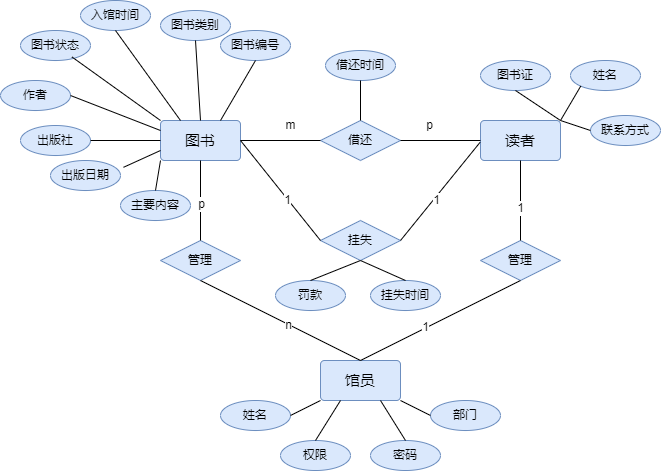
sjgcsf/software_engineering keeps this draw.io diagram as 软件工程-E-R.drawio.png. Above is the earlier version. Source tidied: cells renumbered, new cells last; positions are measured from the earlier drawing's top-left corner, leaving out a move shared by most shapes. Source of this version:
```xml
<mxGraphModel>
  <root>
    <mxCell id="0" />
    <mxCell id="1" parent="0" />
    <mxCell id="2" value="&lt;font style=&quot;font-size: 15px;&quot;&gt;馆员&lt;/font&gt;" style="rounded=1;arcSize=10;whiteSpace=wrap;html=1;align=center;fillColor=#dae8fc;strokeColor=#6c8ebf;" parent="1" vertex="1">
      <mxGeometry x="320" y="360" width="80" height="40" as="geometry" />
    </mxCell>
    <mxCell id="3" value="&lt;font style=&quot;font-size: 15px;&quot;&gt;图书&lt;/font&gt;" style="rounded=1;arcSize=10;whiteSpace=wrap;html=1;align=center;fillColor=#dae8fc;strokeColor=#6c8ebf;" parent="1" vertex="1">
      <mxGeometry x="160" y="120" width="80" height="40" as="geometry" />
    </mxCell>
    <mxCell id="4" value="&lt;font style=&quot;font-size: 15px;&quot;&gt;读者&lt;/font&gt;" style="rounded=1;arcSize=10;whiteSpace=wrap;html=1;align=center;fillColor=#dae8fc;strokeColor=#6c8ebf;" parent="1" vertex="1">
      <mxGeometry x="480" y="120" width="80" height="40" as="geometry" />
    </mxCell>
    <mxCell id="5" value="借还" style="shape=rhombus;perimeter=rhombusPerimeter;whiteSpace=wrap;html=1;align=center;fillColor=#dae8fc;strokeColor=#6c8ebf;" parent="1" vertex="1">
      <mxGeometry x="320" y="120" width="80" height="40" as="geometry" />
    </mxCell>
    <mxCell id="6" style="line;strokeWidth=1;dashed=0;labelPosition=right;align=left;verticalAlign=middle;spacingTop=0;spacingLeft=6;" parent="1" vertex="1">
      <mxGeometry x="240" y="135" width="80" height="10" as="geometry" />
    </mxCell>
    <mxCell id="7" style="line;strokeWidth=1;dashed=0;labelPosition=right;align=left;verticalAlign=middle;spacingTop=0;spacingLeft=6;points=[];portConstraint=eastwest;" parent="1" vertex="1">
      <mxGeometry x="400" y="135" width="80" height="10" as="geometry" />
    </mxCell>
    <mxCell id="8" value="m" style="text;html=1;align=center;verticalAlign=middle;strokeColor=none;fillColor=none;" parent="1" vertex="1">
      <mxGeometry x="275" y="110" width="30" height="30" as="geometry" />
    </mxCell>
    <mxCell id="9" value="p" style="text;html=1;align=center;verticalAlign=middle;strokeColor=none;fillColor=none;" parent="1" vertex="1">
      <mxGeometry x="414" y="110" width="30" height="30" as="geometry" />
    </mxCell>
    <mxCell id="10" value="挂失" style="shape=rhombus;perimeter=rhombusPerimeter;whiteSpace=wrap;html=1;align=center;fillColor=#dae8fc;strokeColor=#6c8ebf;" parent="1" vertex="1">
      <mxGeometry x="320" y="220" width="80" height="40" as="geometry" />
    </mxCell>
    <mxCell id="11" style="endArrow=none;html=1;rounded=0;entryX=0;entryY=0.5;entryDx=0;entryDy=0;exitX=1;exitY=0.5;exitDx=0;exitDy=0;" parent="1" edge="1" source="3" target="10">
      <mxGeometry relative="1" as="geometry" />
    </mxCell>
    <mxCell id="12" style="html=1;whiteSpace=wrap;align=right;verticalAlign=bottom;" parent="11" vertex="1">
      <mxGeometry x="1" relative="1" as="geometry" />
    </mxCell>
    <mxCell id="13" value="1" style="edgeLabel;html=1;align=center;verticalAlign=middle;" parent="11" vertex="1">
      <mxGeometry x="0.19" y="-1" relative="1" as="geometry" />
    </mxCell>
    <mxCell id="14" style="endArrow=none;html=1;rounded=0;entryX=1;entryY=0.5;entryDx=0;entryDy=0;exitX=0.995;exitY=0.68;exitDx=0;exitDy=0;exitPerimeter=0;" parent="1" edge="1" source="7" target="10">
      <mxGeometry relative="1" as="geometry" />
    </mxCell>
    <mxCell id="15" style="html=1;whiteSpace=wrap;align=right;verticalAlign=bottom;" parent="14" vertex="1">
      <mxGeometry x="1" relative="1" as="geometry" />
    </mxCell>
    <mxCell id="16" value="1" style="edgeLabel;html=1;align=center;verticalAlign=middle;" parent="14" vertex="1">
      <mxGeometry x="0.15" y="2" relative="1" as="geometry" />
    </mxCell>
    <mxCell id="17" value="管理" style="shape=rhombus;perimeter=rhombusPerimeter;whiteSpace=wrap;html=1;align=center;fillColor=#dae8fc;strokeColor=#6c8ebf;" parent="1" vertex="1">
      <mxGeometry x="160" y="240" width="80" height="40" as="geometry" />
    </mxCell>
    <mxCell id="18" value="管理" style="shape=rhombus;perimeter=rhombusPerimeter;whiteSpace=wrap;html=1;align=center;fillColor=#dae8fc;strokeColor=#6c8ebf;" parent="1" vertex="1">
      <mxGeometry x="480" y="240" width="80" height="40" as="geometry" />
    </mxCell>
    <mxCell id="19" style="endArrow=none;html=1;rounded=0;entryX=0.5;entryY=0;entryDx=0;entryDy=0;exitX=0.5;exitY=1;exitDx=0;exitDy=0;" parent="1" edge="1" source="17" target="2">
      <mxGeometry relative="1" as="geometry" />
    </mxCell>
    <mxCell id="20" style="html=1;whiteSpace=wrap;align=right;verticalAlign=bottom;" parent="19" vertex="1">
      <mxGeometry x="1" relative="1" as="geometry" />
    </mxCell>
    <mxCell id="21" value="n" style="edgeLabel;html=1;align=center;verticalAlign=middle;" parent="19" vertex="1">
      <mxGeometry x="0.09" y="-1" relative="1" as="geometry" />
    </mxCell>
    <mxCell id="22" style="endArrow=none;html=1;rounded=0;entryX=0.5;entryY=0;entryDx=0;entryDy=0;exitX=0.5;exitY=1;exitDx=0;exitDy=0;" parent="1" edge="1" source="3" target="17">
      <mxGeometry relative="1" as="geometry" />
    </mxCell>
    <mxCell id="23" style="html=1;whiteSpace=wrap;align=right;verticalAlign=bottom;" parent="22" vertex="1">
      <mxGeometry x="1" relative="1" as="geometry" />
    </mxCell>
    <mxCell id="24" value="p" style="edgeLabel;html=1;align=center;verticalAlign=middle;" parent="22" vertex="1">
      <mxGeometry x="0.18" y="4" relative="1" as="geometry">
        <mxPoint x="-4" y="-4" as="offset" />
      </mxGeometry>
    </mxCell>
    <mxCell id="25" style="endArrow=none;html=1;rounded=0;entryX=0.5;entryY=0;entryDx=0;entryDy=0;exitX=0.5;exitY=1;exitDx=0;exitDy=0;" parent="1" edge="1" source="4" target="18">
      <mxGeometry relative="1" as="geometry" />
    </mxCell>
    <mxCell id="26" style="html=1;whiteSpace=wrap;align=right;verticalAlign=bottom;" parent="25" vertex="1">
      <mxGeometry x="1" relative="1" as="geometry" />
    </mxCell>
    <mxCell id="27" value="1" style="edgeLabel;html=1;align=center;verticalAlign=middle;" parent="25" vertex="1">
      <mxGeometry x="0.19" y="-1" relative="1" as="geometry" />
    </mxCell>
    <mxCell id="28" style="endArrow=none;html=1;rounded=0;entryX=0.5;entryY=0;entryDx=0;entryDy=0;exitX=0.5;exitY=1;exitDx=0;exitDy=0;" parent="1" edge="1" source="18" target="2">
      <mxGeometry relative="1" as="geometry" />
    </mxCell>
    <mxCell id="29" style="html=1;whiteSpace=wrap;align=right;verticalAlign=bottom;" parent="28" vertex="1">
      <mxGeometry x="1" relative="1" as="geometry" />
    </mxCell>
    <mxCell id="30" value="1" style="edgeLabel;html=1;align=center;verticalAlign=middle;" parent="28" vertex="1">
      <mxGeometry x="0.19" y="-1" relative="1" as="geometry" />
    </mxCell>
    <mxCell id="31" value="罚款" style="ellipse;whiteSpace=wrap;html=1;align=center;fillColor=#dae8fc;strokeColor=#6c8ebf;" parent="1" vertex="1">
      <mxGeometry x="275" y="280" width="70" height="30" as="geometry" />
    </mxCell>
    <mxCell id="32" value="挂失时间" style="ellipse;whiteSpace=wrap;html=1;align=center;fillColor=#dae8fc;strokeColor=#6c8ebf;" parent="1" vertex="1">
      <mxGeometry x="370" y="280" width="70" height="30" as="geometry" />
    </mxCell>
    <mxCell id="33" style="endArrow=none;html=1;rounded=0;entryX=0.5;entryY=1;entryDx=0;entryDy=0;exitX=0.5;exitY=0;exitDx=0;exitDy=0;" parent="1" edge="1" source="31" target="10">
      <mxGeometry relative="1" as="geometry" />
    </mxCell>
    <mxCell id="34" style="endArrow=none;html=1;rounded=0;entryX=0.5;entryY=1;entryDx=0;entryDy=0;exitX=0.5;exitY=0;exitDx=0;exitDy=0;" parent="1" edge="1" source="32" target="10">
      <mxGeometry relative="1" as="geometry" />
    </mxCell>
    <mxCell id="35" value="借还时间" style="ellipse;whiteSpace=wrap;html=1;align=center;fillColor=#dae8fc;strokeColor=#6c8ebf;" parent="1" vertex="1">
      <mxGeometry x="325" y="50" width="70" height="30" as="geometry" />
    </mxCell>
    <mxCell id="36" style="endArrow=none;html=1;rounded=0;entryX=0.5;entryY=1;entryDx=0;entryDy=0;exitX=0.5;exitY=0;exitDx=0;exitDy=0;" parent="1" edge="1" source="5" target="35">
      <mxGeometry relative="1" as="geometry" />
    </mxCell>
    <mxCell id="37" value="图书证" style="ellipse;whiteSpace=wrap;html=1;align=center;fillColor=#dae8fc;strokeColor=#6c8ebf;" parent="1" vertex="1">
      <mxGeometry x="480" y="60" width="70" height="30" as="geometry" />
    </mxCell>
    <mxCell id="38" value="姓名" style="ellipse;whiteSpace=wrap;html=1;align=center;fillColor=#dae8fc;strokeColor=#6c8ebf;" parent="1" vertex="1">
      <mxGeometry x="570" y="60" width="70" height="30" as="geometry" />
    </mxCell>
    <mxCell id="39" value="联系方式" style="ellipse;whiteSpace=wrap;html=1;align=center;fillColor=#dae8fc;strokeColor=#6c8ebf;" parent="1" vertex="1">
      <mxGeometry x="590" y="115" width="70" height="30" as="geometry" />
    </mxCell>
    <mxCell id="40" style="endArrow=none;html=1;rounded=0;entryX=1;entryY=0;entryDx=0;entryDy=0;exitX=0.5;exitY=1;exitDx=0;exitDy=0;" parent="1" edge="1" source="37" target="4">
      <mxGeometry relative="1" as="geometry" />
    </mxCell>
    <mxCell id="41" style="endArrow=none;html=1;rounded=0;exitX=0;exitY=1;exitDx=0;exitDy=0;" parent="1" edge="1" source="38">
      <mxGeometry relative="1" as="geometry">
        <mxPoint x="560" y="120" as="targetPoint" />
      </mxGeometry>
    </mxCell>
    <mxCell id="42" style="endArrow=none;html=1;rounded=0;exitX=0;exitY=0.5;exitDx=0;exitDy=0;" parent="1" edge="1" source="39">
      <mxGeometry relative="1" as="geometry">
        <mxPoint x="560" y="120" as="targetPoint" />
      </mxGeometry>
    </mxCell>
    <mxCell id="43" value="图书编号" style="ellipse;whiteSpace=wrap;html=1;align=center;fillColor=#dae8fc;strokeColor=#6c8ebf;" parent="1" vertex="1">
      <mxGeometry x="220" y="30" width="70" height="30" as="geometry" />
    </mxCell>
    <mxCell id="44" value="图书类别" style="ellipse;whiteSpace=wrap;html=1;align=center;fillColor=#dae8fc;strokeColor=#6c8ebf;" parent="1" vertex="1">
      <mxGeometry x="160" y="10" width="70" height="30" as="geometry" />
    </mxCell>
    <mxCell id="45" value="入馆时间" style="ellipse;whiteSpace=wrap;html=1;align=center;fillColor=#dae8fc;strokeColor=#6c8ebf;" parent="1" vertex="1">
      <mxGeometry x="80" width="70" height="30" as="geometry" />
    </mxCell>
    <mxCell id="46" value="图书状态" style="ellipse;whiteSpace=wrap;html=1;align=center;fillColor=#dae8fc;strokeColor=#6c8ebf;" parent="1" vertex="1">
      <mxGeometry x="20" y="30" width="70" height="30" as="geometry" />
    </mxCell>
    <mxCell id="47" value="作者" style="ellipse;whiteSpace=wrap;html=1;align=center;fillColor=#dae8fc;strokeColor=#6c8ebf;" parent="1" vertex="1">
      <mxGeometry y="80" width="70" height="30" as="geometry" />
    </mxCell>
    <mxCell id="48" value="出版社" style="ellipse;whiteSpace=wrap;html=1;align=center;fillColor=#dae8fc;strokeColor=#6c8ebf;" parent="1" vertex="1">
      <mxGeometry x="20" y="125" width="70" height="30" as="geometry" />
    </mxCell>
    <mxCell id="49" value="出版日期" style="ellipse;whiteSpace=wrap;html=1;align=center;fillColor=#dae8fc;strokeColor=#6c8ebf;" parent="1" vertex="1">
      <mxGeometry x="50" y="160" width="70" height="30" as="geometry" />
    </mxCell>
    <mxCell id="50" value="主要内容" style="ellipse;whiteSpace=wrap;html=1;align=center;fillColor=#dae8fc;strokeColor=#6c8ebf;" parent="1" vertex="1">
      <mxGeometry x="120" y="190" width="70" height="30" as="geometry" />
    </mxCell>
    <mxCell id="51" style="endArrow=none;html=1;rounded=0;entryX=0.5;entryY=1;entryDx=0;entryDy=0;exitX=0.75;exitY=0;exitDx=0;exitDy=0;" parent="1" edge="1" source="3" target="43">
      <mxGeometry relative="1" as="geometry" />
    </mxCell>
    <mxCell id="52" style="endArrow=none;html=1;rounded=0;entryX=0.5;entryY=1;entryDx=0;entryDy=0;" parent="1" edge="1" target="44">
      <mxGeometry relative="1" as="geometry">
        <mxPoint x="200" y="120" as="sourcePoint" />
      </mxGeometry>
    </mxCell>
    <mxCell id="53" style="endArrow=none;html=1;rounded=0;entryX=0.5;entryY=1;entryDx=0;entryDy=0;exitX=0.25;exitY=0;exitDx=0;exitDy=0;" parent="1" edge="1" source="3" target="45">
      <mxGeometry relative="1" as="geometry" />
    </mxCell>
    <mxCell id="54" style="endArrow=none;html=1;rounded=0;entryX=0.734;entryY=0.88;entryDx=0;entryDy=0;exitX=0;exitY=0;exitDx=0;exitDy=0;entryPerimeter=0;" parent="1" edge="1" source="3" target="46">
      <mxGeometry relative="1" as="geometry" />
    </mxCell>
    <mxCell id="55" style="endArrow=none;html=1;rounded=0;entryX=1;entryY=0.5;entryDx=0;entryDy=0;exitX=0;exitY=0.25;exitDx=0;exitDy=0;" parent="1" edge="1" source="3" target="47">
      <mxGeometry relative="1" as="geometry" />
    </mxCell>
    <mxCell id="56" style="endArrow=none;html=1;rounded=0;entryX=1;entryY=0.5;entryDx=0;entryDy=0;exitX=0;exitY=0.5;exitDx=0;exitDy=0;" parent="1" edge="1" source="3" target="48">
      <mxGeometry relative="1" as="geometry" />
    </mxCell>
    <mxCell id="57" style="endArrow=none;html=1;rounded=0;entryX=1.043;entryY=0.227;entryDx=0;entryDy=0;exitX=0;exitY=0.75;exitDx=0;exitDy=0;entryPerimeter=0;" parent="1" edge="1" source="3" target="49">
      <mxGeometry relative="1" as="geometry" />
    </mxCell>
    <mxCell id="58" style="endArrow=none;html=1;rounded=0;entryX=0.5;entryY=0;entryDx=0;entryDy=0;exitX=0;exitY=1;exitDx=0;exitDy=0;" parent="1" edge="1" source="3" target="50">
      <mxGeometry relative="1" as="geometry" />
    </mxCell>
    <mxCell id="59" style="edgeStyle=orthogonalEdgeStyle;rounded=0;orthogonalLoop=1;jettySize=auto;html=1;exitX=0.5;exitY=1;exitDx=0;exitDy=0;" parent="1" edge="1" source="50" target="50">
      <mxGeometry relative="1" as="geometry" />
    </mxCell>
    <mxCell id="60" value="姓名" style="ellipse;whiteSpace=wrap;html=1;align=center;fillColor=#dae8fc;strokeColor=#6c8ebf;" parent="1" vertex="1">
      <mxGeometry x="220" y="400" width="70" height="30" as="geometry" />
    </mxCell>
    <mxCell id="61" value="权限" style="ellipse;whiteSpace=wrap;html=1;align=center;fillColor=#dae8fc;strokeColor=#6c8ebf;" parent="1" vertex="1">
      <mxGeometry x="280" y="440" width="70" height="30" as="geometry" />
    </mxCell>
    <mxCell id="62" value="密码" style="ellipse;whiteSpace=wrap;html=1;align=center;fillColor=#dae8fc;strokeColor=#6c8ebf;" parent="1" vertex="1">
      <mxGeometry x="370" y="440" width="70" height="30" as="geometry" />
    </mxCell>
    <mxCell id="63" value="部门" style="ellipse;whiteSpace=wrap;html=1;align=center;fillColor=#dae8fc;strokeColor=#6c8ebf;" parent="1" vertex="1">
      <mxGeometry x="430" y="400" width="70" height="30" as="geometry" />
    </mxCell>
    <mxCell id="64" style="endArrow=none;html=1;rounded=0;entryX=0;entryY=1;entryDx=0;entryDy=0;exitX=1;exitY=0.5;exitDx=0;exitDy=0;" parent="1" edge="1" source="60" target="2">
      <mxGeometry relative="1" as="geometry" />
    </mxCell>
    <mxCell id="65" style="endArrow=none;html=1;rounded=0;entryX=1;entryY=1;entryDx=0;entryDy=0;exitX=0;exitY=0.5;exitDx=0;exitDy=0;" parent="1" edge="1" source="63" target="2">
      <mxGeometry relative="1" as="geometry" />
    </mxCell>
    <mxCell id="66" style="endArrow=none;html=1;rounded=0;entryX=0.25;entryY=1;entryDx=0;entryDy=0;exitX=0.5;exitY=0;exitDx=0;exitDy=0;" parent="1" edge="1" source="61" target="2">
      <mxGeometry relative="1" as="geometry" />
    </mxCell>
    <mxCell id="67" style="endArrow=none;html=1;rounded=0;entryX=0.75;entryY=1;entryDx=0;entryDy=0;exitX=0.5;exitY=0;exitDx=0;exitDy=0;" parent="1" edge="1" source="62" target="2">
      <mxGeometry relative="1" as="geometry" />
    </mxCell>
  </root>
</mxGraphModel>
```
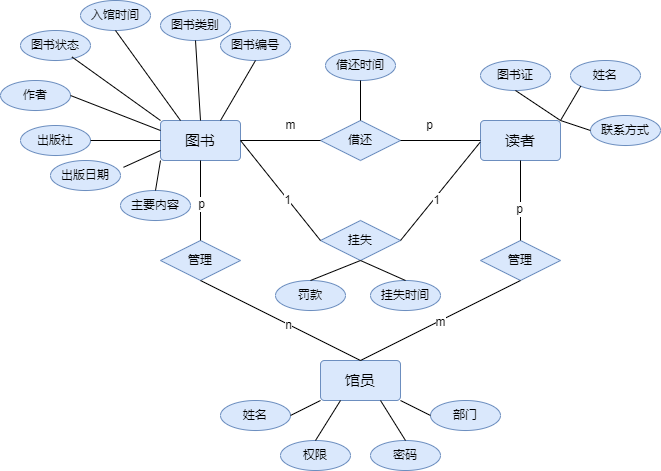
After the change.

Commit message:
已添加 软件工程-E-R.drawio.png

What changed in the source:
```diff
@@ -79,18 +79,18 @@
     <mxCell id="26" style="html=1;whiteSpace=wrap;align=right;verticalAlign=bottom;" parent="25" vertex="1">
       <mxGeometry x="1" relative="1" as="geometry" />
     </mxCell>
-    <mxCell id="27" value="1" style="edgeLabel;html=1;align=center;verticalAlign=middle;" parent="25" vertex="1">
-      <mxGeometry x="0.19" y="-1" relative="1" as="geometry" />
-    </mxCell>
+    <mxCell id="68" value="p" style="edgeLabel;html=1;align=center;verticalAlign=middle;" parent="25" vertex="1">
+      <mxGeometry x="0.2" y="-2" relative="1" as="geometry" />
+    </mxCell>
     <mxCell id="28" style="endArrow=none;html=1;rounded=0;entryX=0.5;entryY=0;entryDx=0;entryDy=0;exitX=0.5;exitY=1;exitDx=0;exitDy=0;" parent="1" edge="1" source="18" target="2">
       <mxGeometry relative="1" as="geometry" />
     </mxCell>
     <mxCell id="29" style="html=1;whiteSpace=wrap;align=right;verticalAlign=bottom;" parent="28" vertex="1">
       <mxGeometry x="1" relative="1" as="geometry" />
     </mxCell>
-    <mxCell id="30" value="1" style="edgeLabel;html=1;align=center;verticalAlign=middle;" parent="28" vertex="1">
-      <mxGeometry x="0.19" y="-1" relative="1" as="geometry" />
-    </mxCell>
+    <mxCell id="69" value="m" style="edgeLabel;html=1;align=center;verticalAlign=middle;" parent="28" vertex="1">
+      <mxGeometry x="0.01" y="1" relative="1" as="geometry" />
+    </mxCell>
     <mxCell id="31" value="罚款" style="ellipse;whiteSpace=wrap;html=1;align=center;fillColor=#dae8fc;strokeColor=#6c8ebf;" parent="1" vertex="1">
       <mxGeometry x="275" y="280" width="70" height="30" as="geometry" />
     </mxCell>
```
